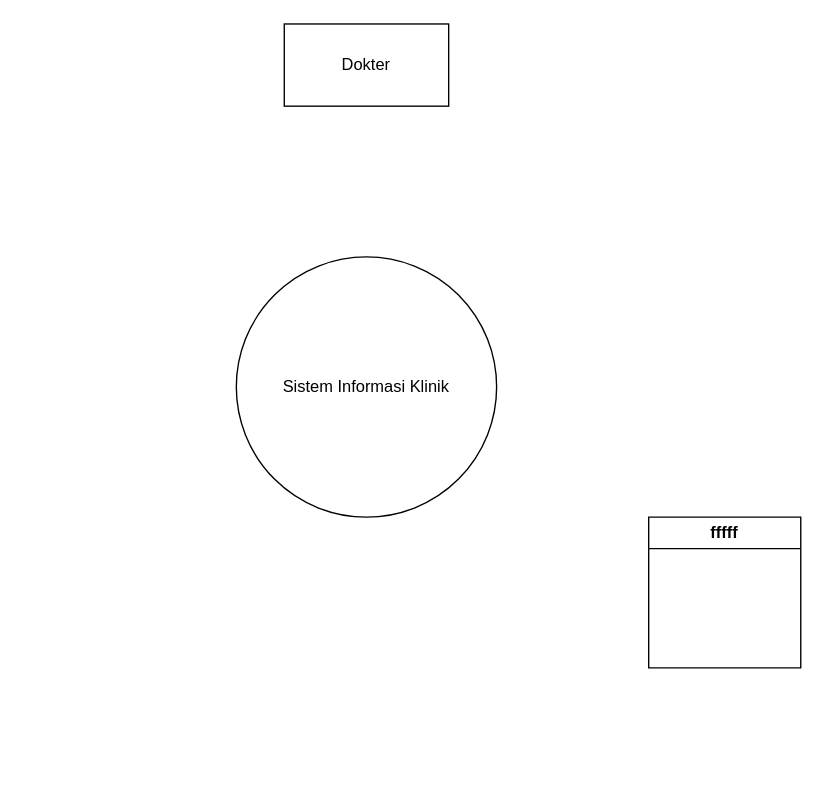
Above: Untitled Diagram.drawio in pradanatech04/portofolio-sia (draw.io), before the change. Source tidied: cells renumbered, new cells numbered last; positions are measured from the earlier drawing's top-left corner, leaving out a move shared by most shapes. Both pictures are drawn from the tidied source at 137%, with x=0, y=0 at pixel (169, 23).
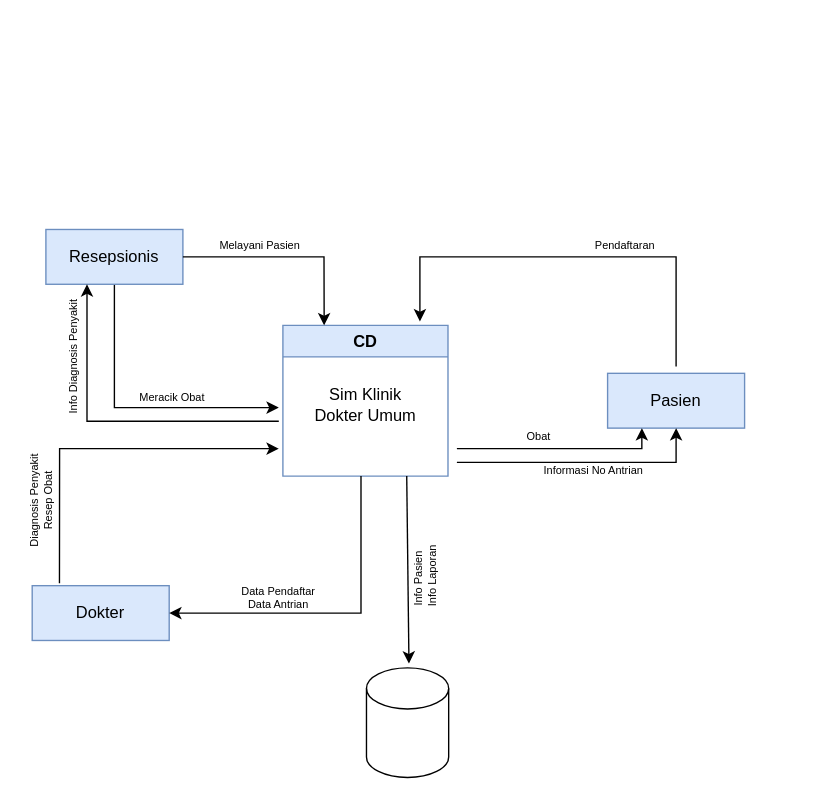
After the change.

The edit, as a diff of the source:
```diff
@@
-<mxGraphModel>
+<mxGraphModel background="#FFFFFF">
@@
-    <mxCell id="3" value="fffff" style="swimlane;whiteSpace=wrap;html=1;" parent="1" vertex="1">
-      <mxGeometry x="350" y="360" width="111" height="110" as="geometry" />
+    <mxCell id="3" value="CD" style="swimlane;whiteSpace=wrap;html=1;fillColor=#dae8fc;strokeColor=#6c8ebf;" parent="1" vertex="1">
+      <mxGeometry x="83" y="220" width="120.5" height="110" as="geometry" />
     </mxCell>
-    <mxCell id="4" value="Sistem Informasi Klinik" style="ellipse;whiteSpace=wrap;html=1;" parent="1" vertex="1">
-      <mxGeometry x="49" y="170" width="190" height="190" as="geometry" />
-    </mxCell>
+    <mxCell id="6" value="Sim Klinik &lt;br&gt;Dokter Umum" style="text;html=1;align=center;verticalAlign=middle;" parent="3" vertex="1">
+      <mxGeometry x="10.2" y="38" width="100" height="40" as="geometry" />
+    </mxCell>
+    <mxCell id="7" style="endArrow=classic;html=1;rounded=0;" parent="1" edge="1">
+      <mxGeometry relative="1" as="geometry">
+        <mxPoint x="-40" y="190" as="sourcePoint" />
+        <mxPoint x="80" y="280" as="targetPoint" />
+        <Array as="points">
+          <mxPoint x="-40" y="280" />
+          <mxPoint y="280" />
+          <mxPoint x="30" y="280" />
+        </Array>
+      </mxGeometry>
+    </mxCell>
+    <mxCell id="8" value="Resepsionis" style="rounded=0;whiteSpace=wrap;html=1;fillColor=#dae8fc;strokeColor=#6c8ebf;" parent="1" vertex="1">
+      <mxGeometry x="-90" y="150" width="100" height="40" as="geometry" />
+    </mxCell>
+    <mxCell id="9" value="Pasien" style="rounded=0;whiteSpace=wrap;html=1;fillColor=#dae8fc;strokeColor=#6c8ebf;" parent="1" vertex="1">
+      <mxGeometry x="320" y="255" width="100" height="40" as="geometry" />
+    </mxCell>
+    <mxCell id="10" style="endArrow=classic;html=1;rounded=0;entryX=0.83;entryY=-0.026;entryDx=0;entryDy=0;entryPerimeter=0;" parent="1" edge="1" target="3">
+      <mxGeometry relative="1" as="geometry">
+        <mxPoint x="370" y="250" as="sourcePoint" />
+        <Array as="points">
+          <mxPoint x="370" y="170" />
+          <mxPoint x="183" y="170" />
+        </Array>
+      </mxGeometry>
+    </mxCell>
+    <mxCell id="11" style="endArrow=classic;html=1;rounded=0;entryX=0.5;entryY=1;entryDx=0;entryDy=0;" parent="1" edge="1" target="9">
+      <mxGeometry relative="1" as="geometry">
+        <mxPoint x="210" y="320" as="sourcePoint" />
+        <Array as="points">
+          <mxPoint x="370" y="320" />
+        </Array>
+      </mxGeometry>
+    </mxCell>
-    <mxCell id="5" value="Dokter" style="rounded=0;whiteSpace=wrap;html=1;" parent="1" vertex="1">
-      <mxGeometry x="84" width="120" height="60" as="geometry" />
+    <mxCell id="5" value="Dokter" style="rounded=0;whiteSpace=wrap;html=1;fillColor=#dae8fc;strokeColor=#6c8ebf;" parent="1" vertex="1">
+      <mxGeometry x="-100" y="410" width="100" height="40" as="geometry" />
     </mxCell>
+    <mxCell id="12" value="&lt;span style=&quot;font-size: 8px;&quot;&gt;Meracik Obat&lt;/span&gt;" style="text;html=1;strokeColor=none;fillColor=none;align=center;verticalAlign=middle;whiteSpace=wrap;rounded=0;" parent="1" vertex="1">
+      <mxGeometry x="-34" y="267" width="73" height="10" as="geometry" />
+    </mxCell>
+    <mxCell id="13" style="endArrow=classic;html=1;rounded=0;entryX=1;entryY=0.5;entryDx=0;entryDy=0;" parent="1" edge="1" target="5">
+      <mxGeometry relative="1" as="geometry">
+        <mxPoint x="140" y="330" as="sourcePoint" />
+        <Array as="points">
+          <mxPoint x="140" y="430" />
+        </Array>
+      </mxGeometry>
+    </mxCell>
+    <mxCell id="14" style="endArrow=classic;html=1;rounded=0;exitX=0.199;exitY=-0.043;exitDx=0;exitDy=0;exitPerimeter=0;" parent="1" edge="1" source="5">
+      <mxGeometry relative="1" as="geometry">
+        <mxPoint x="80" y="310" as="targetPoint" />
+        <Array as="points">
+          <mxPoint x="-80" y="310" />
+          <mxPoint x="10" y="310" />
+        </Array>
+      </mxGeometry>
+    </mxCell>
+    <mxCell id="15" style="endArrow=classic;html=1;rounded=0;entryX=0.25;entryY=0;entryDx=0;entryDy=0;exitX=1;exitY=0.5;exitDx=0;exitDy=0;" parent="1" edge="1" source="8" target="3">
+      <mxGeometry relative="1" as="geometry">
+        <Array as="points">
+          <mxPoint x="113" y="170" />
+        </Array>
+      </mxGeometry>
+    </mxCell>
+    <mxCell id="16" value="&lt;font style=&quot;font-size: 8px;&quot;&gt;Data Pendaftar&lt;/font&gt;" style="text;html=1;strokeColor=none;fillColor=none;align=center;verticalAlign=middle;whiteSpace=wrap;rounded=0;" parent="1" vertex="1">
+      <mxGeometry x="47" y="408" width="66" height="10" as="geometry" />
+    </mxCell>
+    <mxCell id="17" value="&lt;font style=&quot;font-size: 8px;&quot;&gt;Data Antrian&lt;/font&gt;" style="text;html=1;strokeColor=none;fillColor=none;align=center;verticalAlign=middle;whiteSpace=wrap;rounded=0;" parent="1" vertex="1">
+      <mxGeometry x="47" y="418" width="66" height="10" as="geometry" />
+    </mxCell>
+    <mxCell id="18" value="&lt;span style=&quot;font-size: 8px;&quot;&gt;Pendaftaran&lt;/span&gt;" style="text;html=1;strokeColor=none;fillColor=none;align=center;verticalAlign=middle;whiteSpace=wrap;rounded=0;" parent="1" vertex="1">
+      <mxGeometry x="300" y="156" width="66" height="10" as="geometry" />
+    </mxCell>
+    <mxCell id="19" value="&lt;span style=&quot;font-size: 8px;&quot;&gt;Informasi No Antrian&lt;/span&gt;" style="text;html=1;strokeColor=none;fillColor=none;align=center;verticalAlign=middle;whiteSpace=wrap;rounded=0;" parent="1" vertex="1">
+      <mxGeometry x="270" y="320" width="80" height="10" as="geometry" />
+    </mxCell>
+    <mxCell id="20" value="&lt;font style=&quot;font-size: 8px;&quot;&gt;Resep Obat&lt;/font&gt;" style="text;html=1;strokeColor=none;fillColor=none;align=center;verticalAlign=middle;whiteSpace=wrap;rounded=0;rotation=-90;" parent="1" vertex="1">
+      <mxGeometry x="-134" y="343" width="90" height="10" as="geometry" />
+    </mxCell>
+    <mxCell id="21" value="&lt;font style=&quot;font-size: 8px;&quot;&gt;Diagnosis Penyakit&lt;/font&gt;" style="text;html=1;strokeColor=none;fillColor=none;align=center;verticalAlign=middle;whiteSpace=wrap;rounded=0;rotation=-90;" parent="1" vertex="1">
+      <mxGeometry x="-144" y="343" width="90" height="10" as="geometry" />
+    </mxCell>
+    <mxCell id="22" style="endArrow=classic;html=1;rounded=0;entryX=0.25;entryY=1;entryDx=0;entryDy=0;" parent="1" edge="1" target="9">
+      <mxGeometry relative="1" as="geometry">
+        <mxPoint x="210" y="310" as="sourcePoint" />
+        <Array as="points">
+          <mxPoint x="290" y="310" />
+          <mxPoint x="345" y="310" />
+        </Array>
+      </mxGeometry>
+    </mxCell>
+    <mxCell id="23" value="&lt;span style=&quot;font-size: 8px;&quot;&gt;Obat&lt;/span&gt;" style="text;html=1;strokeColor=none;fillColor=none;align=center;verticalAlign=middle;whiteSpace=wrap;rounded=0;" parent="1" vertex="1">
+      <mxGeometry x="230" y="295" width="80" height="10" as="geometry" />
+    </mxCell>
+    <mxCell id="24" value="&lt;span style=&quot;font-size: 8px;&quot;&gt;Info Pasien&lt;/span&gt;" style="text;html=1;strokeColor=none;fillColor=none;align=center;verticalAlign=middle;whiteSpace=wrap;rounded=0;rotation=-90;" parent="1" vertex="1">
+      <mxGeometry x="141" y="400" width="80" height="10" as="geometry" />
+    </mxCell>
+    <mxCell id="25" style="shape=cylinder3;whiteSpace=wrap;html=1;boundedLbl=1;backgroundOutline=1;size=15;" parent="1" vertex="1">
+      <mxGeometry x="144" y="470" width="60" height="80" as="geometry" />
+    </mxCell>
+    <mxCell id="26" style="endArrow=classic;html=1;rounded=0;exitX=0.75;exitY=1;exitDx=0;exitDy=0;entryX=0.517;entryY=-0.039;entryDx=0;entryDy=0;entryPerimeter=0;" parent="1" edge="1" source="3" target="25">
+      <mxGeometry relative="1" as="geometry" />
+    </mxCell>
+    <mxCell id="27" value="&lt;span style=&quot;font-size: 8px;&quot;&gt;Melayani Pasien&lt;/span&gt;" style="text;html=1;strokeColor=none;fillColor=none;align=center;verticalAlign=middle;whiteSpace=wrap;rounded=0;" parent="1" vertex="1">
+      <mxGeometry x="30" y="156" width="73" height="10" as="geometry" />
+    </mxCell>
+    <mxCell id="28" value="&lt;span style=&quot;font-size: 8px;&quot;&gt;Info Laporan&lt;/span&gt;" style="text;html=1;strokeColor=none;fillColor=none;align=center;verticalAlign=middle;whiteSpace=wrap;rounded=0;rotation=-90;" parent="1" vertex="1">
+      <mxGeometry x="151" y="398" width="80" height="10" as="geometry" />
+    </mxCell>
+    <mxCell id="29" style="endArrow=classic;html=1;rounded=0;" parent="1" edge="1">
+      <mxGeometry relative="1" as="geometry">
+        <mxPoint x="80" y="290" as="sourcePoint" />
+        <mxPoint x="-60" y="190" as="targetPoint" />
+        <Array as="points">
+          <mxPoint x="-60" y="290" />
+        </Array>
+      </mxGeometry>
+    </mxCell>
+    <mxCell id="30" value="&lt;span style=&quot;font-size: 8px;&quot;&gt;Info Diagnosis Penyakit&lt;/span&gt;" style="text;html=1;strokeColor=none;fillColor=none;align=center;verticalAlign=middle;whiteSpace=wrap;rounded=0;rotation=-90;" parent="1" vertex="1">
+      <mxGeometry x="-114" y="238" width="87" height="10" as="geometry" />
+    </mxCell>
```
